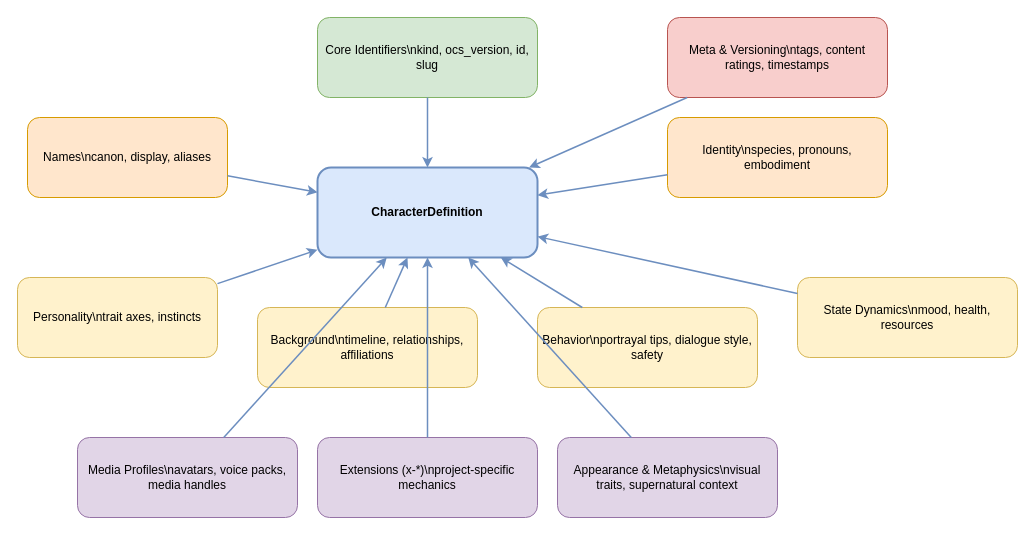
Before: docs/assets/diagrams/blocks-overview.drawio in Open-Character-Design/OCD-Specification, a draw.io diagram. Source tidied: cells renumbered, new cells numbered last; positions are measured from the earlier drawing's top-left corner, leaving out a move shared by most shapes. Both pictures are drawn from the tidied source at 100%, with x=0, y=0 at pixel (17, 17).
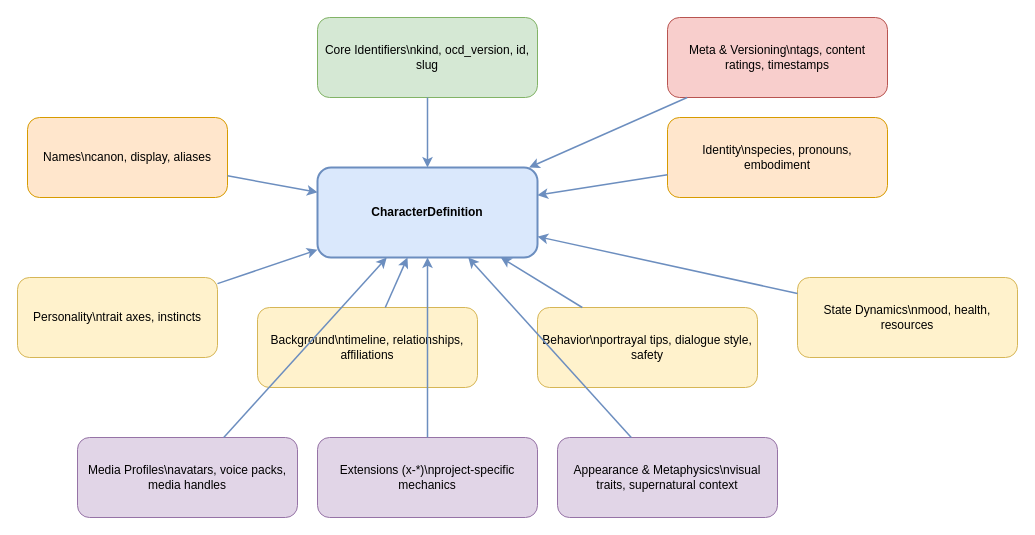
Above is the later version.

What changed in the source:
```diff
@@
-    <mxCell id="3" value="Core Identifiers\nkind, ocs_version, id, slug" style="rounded=1;whiteSpace=wrap;html=1;fillColor=#d5e8d4;strokeColor=#82b366;strokeWidth=1;" parent="1" vertex="1">
+    <mxCell id="3" value="Core Identifiers\nkind, ocd_version, id, slug" style="rounded=1;whiteSpace=wrap;html=1;fillColor=#d5e8d4;strokeColor=#82b366;strokeWidth=1;" parent="1" vertex="1">
       <mxGeometry x="300" width="220" height="80" as="geometry" />
     </mxCell>
```
